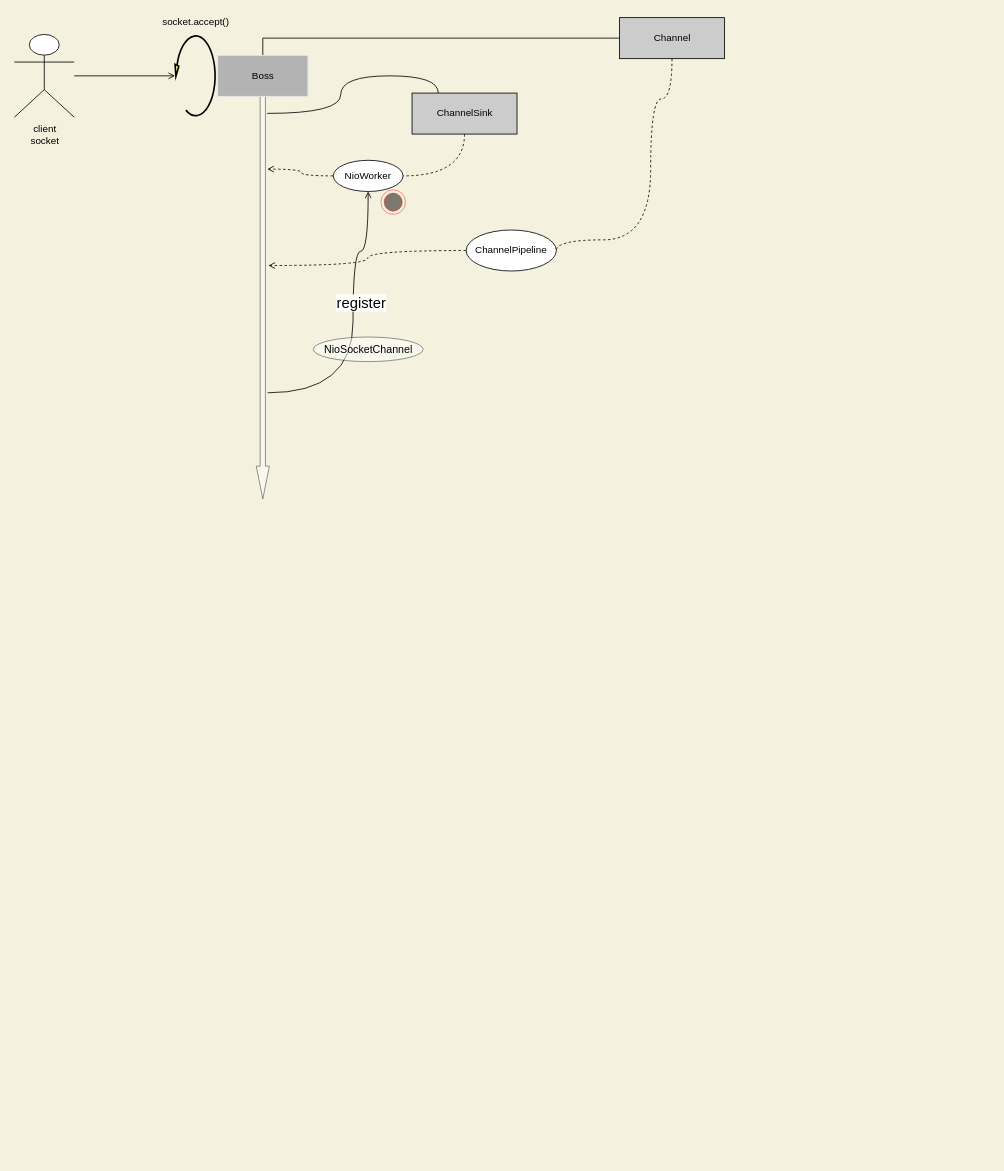
The draw.io diagram acceptingClientSocket.drawio in 11800222/MeleyForDiagramsStorage, before the edit. Source tidied: cells renumbered, new cells numbered last; positions are measured from the earlier drawing's top-left corner, leaving out a move shared by most shapes. Both pictures are drawn from the tidied source at 82%, with x=0, y=0 at pixel (14, 14).
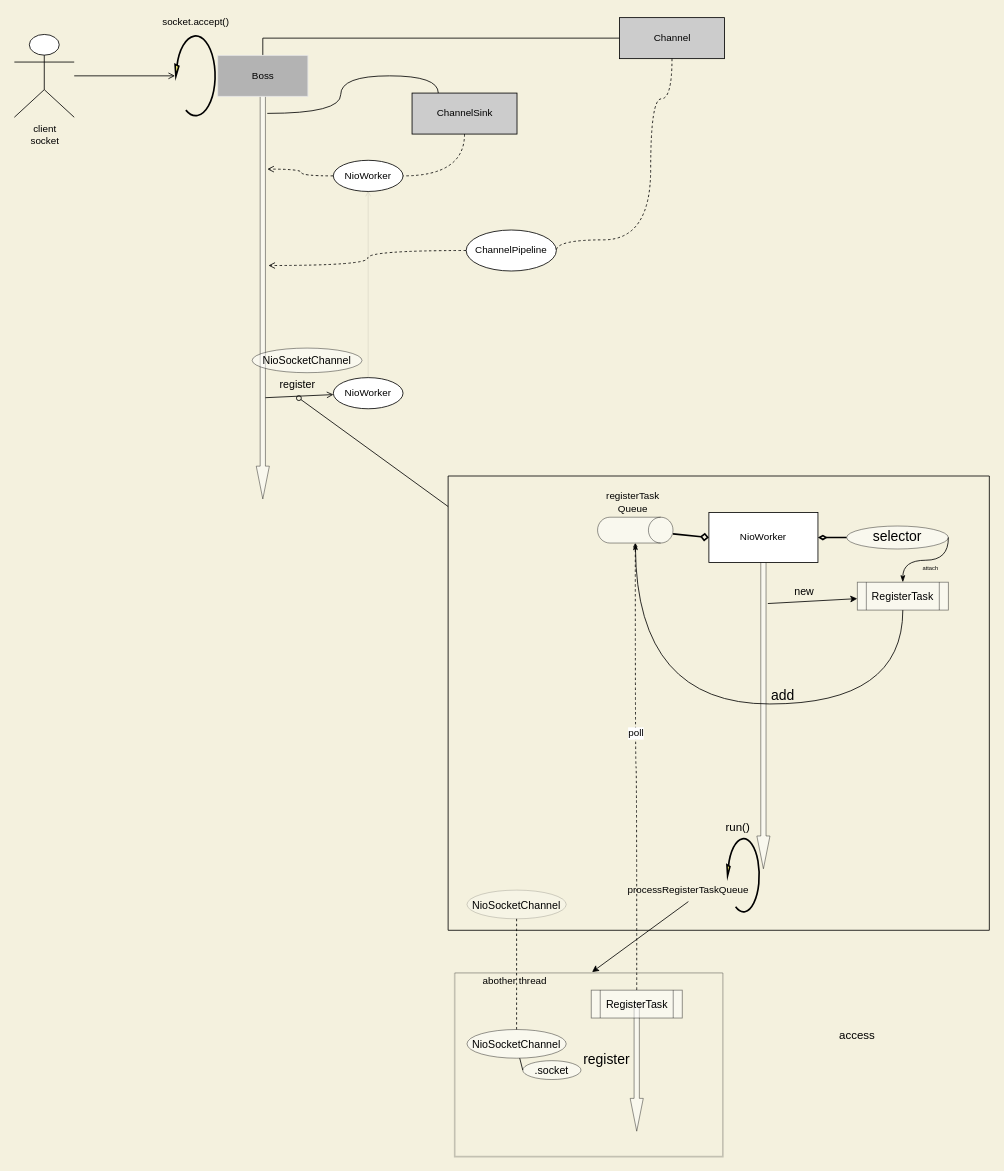
The same page after the edit.

The change refers to these unchanged cells:
```xml
<mxCell id="4" style="verticalLabelPosition=bottom;verticalAlign=top;html=1;strokeWidth=1;shape=mxgraph.arrows2.arrow;dy=0.6;dx=40;notch=0;rotation=90;opacity=50;" parent="1" vertex="1">
  <mxGeometry x="55" y="335" width="496" height="16" as="geometry" />
</mxCell>
<mxCell id="9" value="NioWorker" style="ellipse;whiteSpace=wrap;html=1;fontFamily=Helvetica;fontSize=12;fontColor=default;align=center;strokeColor=default;fillColor=default;" parent="1" vertex="1">
  <mxGeometry x="389" y="178" width="85" height="38" as="geometry" />
</mxCell>
```

What changed in the source:
```diff
@@
-    <mxCell id="2" style="rounded=0;jettySize=auto;html=1;startArrow=open;startFill=0;endArrow=none;endFill=0;strokeWidth=1;entryX=0.739;entryY=0.131;entryDx=0;entryDy=0;entryPerimeter=0;edgeStyle=orthogonalEdgeStyle;curved=1;" parent="1" edge="1" source="9" target="4">
-      <mxGeometry relative="1" as="geometry">
-        <Array as="points">
-          <mxPoint x="432" y="289" />
-          <mxPoint x="413" y="289" />
-          <mxPoint x="413" y="462" />
-        </Array>
-      </mxGeometry>
-    </mxCell>
-    <mxCell id="3" value="register" style="edgeLabel;html=1;align=center;verticalAlign=middle;fontSize=18;" parent="2" vertex="1">
-      <mxGeometry x="-0.06" y="-25" relative="1" as="geometry">
-        <mxPoint x="34" y="-19" as="offset" />
-      </mxGeometry>
-    </mxCell>
@@
+    <mxCell id="22" style="rounded=0;jettySize=auto;html=1;fontSize=13;startArrow=open;startFill=0;endArrow=none;endFill=0;strokeWidth=0;exitX=0.5;exitY=1;exitDx=0;exitDy=0;" parent="1" edge="1" source="9" target="24">
+      <mxGeometry relative="1" as="geometry" />
+    </mxCell>
@@
+    <mxCell id="23" style="edgeStyle=none;rounded=0;jettySize=auto;html=1;entryX=0.751;entryY=0.301;entryDx=0;entryDy=0;entryPerimeter=0;fontSize=13;startArrow=open;startFill=0;endArrow=none;endFill=0;strokeWidth=1;" parent="1" edge="1" source="24" target="4">
+      <mxGeometry relative="1" as="geometry" />
+    </mxCell>
+    <mxCell id="24" value="NioWorker" style="ellipse;whiteSpace=wrap;html=1;fontFamily=Helvetica;fontSize=12;fontColor=default;align=center;strokeColor=default;fillColor=default;" parent="1" vertex="1">
+      <mxGeometry x="389" y="443" width="85" height="38" as="geometry" />
+    </mxCell>
     <mxCell id="20" value="NioSocketChannel" style="ellipse;whiteSpace=wrap;html=1;fontSize=13;strokeWidth=1;fillColor=#FFFFFF;opacity=50;" parent="1" vertex="1">
-      <mxGeometry x="364.5" y="393.5" width="134" height="30" as="geometry" />
+      <mxGeometry x="290" y="407" width="134" height="30" as="geometry" />
     </mxCell>
-    <mxCell id="21" style="ellipse;html=1;shape=endState;fillColor=#000000;strokeColor=#ff0000;fontSize=13;opacity=50;" parent="1" vertex="1">
-      <mxGeometry x="447" y="214" width="30" height="30" as="geometry" />
-    </mxCell>
+    <mxCell id="25" value="register" style="text;html=1;align=center;verticalAlign=middle;strokeColor=none;fillColor=none;fontSize=13;" parent="1" vertex="1">
+      <mxGeometry x="318" y="441" width="53" height="20" as="geometry" />
+    </mxCell>
+    <mxCell id="26" style="endArrow=none;html=1;rounded=0;fontSize=13;strokeWidth=1;startArrow=oval;startFill=0;endFill=0;" parent="1" edge="1" target="27">
+      <mxGeometry relative="1" as="geometry">
+        <mxPoint x="347" y="468" as="sourcePoint" />
+      </mxGeometry>
+    </mxCell>
+    <mxCell id="27" style="swimlane;startSize=0;fontSize=13;strokeWidth=1;fillColor=#FFFF00;" parent="1" vertex="1">
+      <mxGeometry x="529" y="563" width="660" height="554" as="geometry" />
+    </mxCell>
+    <mxCell id="28" style="verticalLabelPosition=bottom;verticalAlign=top;html=1;strokeWidth=1;shape=mxgraph.arrows2.arrow;dy=0.6;dx=40;notch=0;rotation=90;opacity=50;" parent="27" vertex="1">
+      <mxGeometry x="191.5" y="278" width="386" height="16" as="geometry" />
+    </mxCell>
+    <mxCell id="29" style="edgeStyle=orthogonalEdgeStyle;curved=1;rounded=0;jettySize=auto;html=1;fontSize=17;startArrow=diamondThin;startFill=0;endArrow=none;endFill=0;strokeWidth=2;" parent="27" edge="1" source="30" target="38">
+      <mxGeometry relative="1" as="geometry" />
+    </mxCell>
+    <mxCell id="30" value="NioWorker" style="rounded=0;whiteSpace=wrap;html=1;fontFamily=Helvetica;fontSize=12;fontColor=default;align=center;strokeColor=default;fillColor=default;" parent="27" vertex="1">
+      <mxGeometry x="318" y="44.5" width="133" height="61" as="geometry" />
+    </mxCell>
+    <mxCell id="31" style="edgeStyle=none;rounded=0;jettySize=auto;html=1;entryX=0.162;entryY=0.162;entryDx=0;entryDy=0;entryPerimeter=0;fontSize=13;startArrow=classic;startFill=1;endArrow=none;endFill=0;strokeWidth=1;" parent="27" edge="1" source="34" target="28">
+      <mxGeometry relative="1" as="geometry" />
+    </mxCell>
+    <mxCell id="32" style="edgeStyle=orthogonalEdgeStyle;rounded=0;jettySize=auto;html=1;fontSize=13;startArrow=none;startFill=0;endArrow=classicThin;endFill=1;strokeWidth=1;exitX=0.5;exitY=1;exitDx=0;exitDy=0;curved=1;" parent="27" edge="1" source="34" target="36">
+      <mxGeometry relative="1" as="geometry">
+        <Array as="points">
+          <mxPoint x="555" y="278" />
+          <mxPoint x="230" y="278" />
+        </Array>
+      </mxGeometry>
+    </mxCell>
+    <mxCell id="33" value="add" style="edgeLabel;html=1;align=center;verticalAlign=middle;fontSize=17;labelBackgroundColor=none;" parent="32" vertex="1">
+      <mxGeometry x="-0.15" y="-1" relative="1" as="geometry">
+        <mxPoint x="8" y="-9" as="offset" />
+      </mxGeometry>
+    </mxCell>
+    <mxCell id="34" value="RegisterTask" style="shape=process;whiteSpace=wrap;html=1;backgroundOutline=1;fontSize=13;strokeWidth=1;fillColor=#FFFFFF;opacity=50;" parent="27" vertex="1">
+      <mxGeometry x="499" y="129.5" width="111" height="34" as="geometry" />
+    </mxCell>
+    <mxCell id="35" style="edgeStyle=none;rounded=0;jettySize=auto;html=1;entryX=0;entryY=0.5;entryDx=0;entryDy=0;fontSize=13;startArrow=none;startFill=0;endArrow=diamond;endFill=0;strokeWidth=2;" parent="27" edge="1" source="36" target="30">
+      <mxGeometry relative="1" as="geometry" />
+    </mxCell>
+    <mxCell id="36" style="shape=cylinder3;whiteSpace=wrap;html=1;boundedLbl=1;backgroundOutline=1;size=15;fontSize=13;strokeWidth=1;fillColor=#FFFFFF;opacity=50;rotation=90;" parent="27" vertex="1">
+      <mxGeometry x="212.5" y="20" width="31.5" height="92" as="geometry" />
+    </mxCell>
+    <mxCell id="37" value="new" style="text;html=1;align=center;verticalAlign=middle;strokeColor=none;fillColor=none;fontSize=13;" parent="27" vertex="1">
+      <mxGeometry x="417" y="129.5" width="34" height="20" as="geometry" />
+    </mxCell>
+    <mxCell id="38" value="selector" style="ellipse;whiteSpace=wrap;html=1;fontSize=17;strokeWidth=1;fillColor=#FFFFFF;opacity=50;" parent="27" vertex="1">
+      <mxGeometry x="486" y="61" width="124" height="28" as="geometry" />
+    </mxCell>
+    <mxCell id="39" style="edgeStyle=orthogonalEdgeStyle;curved=1;rounded=0;jettySize=auto;html=1;entryX=1;entryY=0.5;entryDx=0;entryDy=0;fontSize=17;startArrow=classicThin;startFill=1;endArrow=none;endFill=0;strokeWidth=1;exitX=0.5;exitY=0;exitDx=0;exitDy=0;" parent="27" edge="1" source="34">
+      <mxGeometry relative="1" as="geometry">
+        <mxPoint x="610" y="74.9" as="targetPoint" />
+      </mxGeometry>
+    </mxCell>
+    <mxCell id="40" value="NioSocketChannel&lt;br&gt;" style="ellipse;whiteSpace=wrap;html=1;fontSize=13;strokeWidth=1;fillColor=#FFFFFF;opacity=20;" parent="27" vertex="1">
+      <mxGeometry x="23" y="505" width="121" height="35" as="geometry" />
+    </mxCell>
+    <mxCell id="41" value="&lt;font style=&quot;font-size: 12px; line-height: 1;&quot;&gt;registerTask&lt;br style=&quot;font-size: 12px;&quot;&gt;Queue&lt;/font&gt;" style="text;html=1;align=center;verticalAlign=middle;fillColor=none;strokeColor=none;rounded=0;labelBackgroundColor=none;fontSize=12;" parent="27" vertex="1">
+      <mxGeometry x="185" y="16" width="80" height="32" as="geometry" />
+    </mxCell>
+    <mxCell id="42" style="verticalLabelPosition=bottom;html=1;verticalAlign=top;strokeWidth=2;shape=mxgraph.lean_mapping.physical_pull;fillColor=#FFFA75;rotation=-180;" parent="27" vertex="1">
+      <mxGeometry x="340" y="442" width="39.5" height="90" as="geometry" />
+    </mxCell>
+    <mxCell id="43" value="&lt;font style=&quot;font-size: 12px;&quot;&gt;processRegisterTaskQueue&lt;/font&gt;" style="text;html=1;strokeColor=none;fillColor=none;align=center;verticalAlign=middle;whiteSpace=wrap;rounded=0;labelBackgroundColor=none;fontSize=17;opacity=20;" parent="27" vertex="1">
+      <mxGeometry x="263" y="489" width="60" height="30" as="geometry" />
+    </mxCell>
+    <mxCell id="44" value="run()" style="text;html=1;align=center;verticalAlign=middle;strokeColor=none;fillColor=none;fontSize=14;" parent="27" vertex="1">
+      <mxGeometry x="333" y="417" width="40" height="21" as="geometry" />
+    </mxCell>
+    <mxCell id="45" style="verticalLabelPosition=bottom;verticalAlign=top;html=1;strokeWidth=1;shape=mxgraph.arrows2.arrow;dy=0.6;dx=40;notch=0;rotation=90;opacity=50;" parent="1" vertex="1">
+      <mxGeometry x="681" y="1276" width="156" height="16" as="geometry" />
+    </mxCell>
+    <mxCell id="46" value="RegisterTask" style="shape=process;whiteSpace=wrap;html=1;backgroundOutline=1;fontSize=13;strokeWidth=1;fillColor=#FFFFFF;opacity=50;" parent="1" vertex="1">
+      <mxGeometry x="703.5" y="1190" width="111" height="34" as="geometry" />
+    </mxCell>
+    <mxCell id="47" value="register" style="text;html=1;align=center;verticalAlign=middle;strokeColor=none;fillColor=none;fontSize=17;" parent="1" vertex="1">
+      <mxGeometry x="688" y="1263" width="67" height="24" as="geometry" />
+    </mxCell>
+    <mxCell id="48" value=".socket" style="ellipse;whiteSpace=wrap;html=1;fontSize=13;strokeWidth=1;fillColor=#FFFFFF;opacity=50;" parent="1" vertex="1">
+      <mxGeometry x="620" y="1276" width="71" height="23" as="geometry" />
+    </mxCell>
+    <mxCell id="49" value="NioSocketChannel&lt;br&gt;" style="ellipse;whiteSpace=wrap;html=1;fontSize=13;strokeWidth=1;fillColor=#FFFFFF;opacity=50;" parent="1" vertex="1">
+      <mxGeometry x="552" y="1238" width="121" height="35" as="geometry" />
+    </mxCell>
+    <mxCell id="50" style="rounded=0;jettySize=auto;html=1;fontSize=17;startArrow=none;startFill=0;endArrow=none;endFill=0;strokeWidth=1;entryX=0;entryY=0.5;entryDx=0;entryDy=0;" parent="1" edge="1" source="49" target="48">
+      <mxGeometry relative="1" as="geometry" />
+    </mxCell>
+    <mxCell id="51" style="endArrow=classic;html=1;rounded=0;fontSize=17;strokeWidth=1;entryX=0.5;entryY=0;entryDx=0;entryDy=0;exitX=0.5;exitY=1;exitDx=0;exitDy=0;" parent="1" edge="1" source="43">
+      <mxGeometry relative="1" as="geometry">
+        <mxPoint x="704.5" y="1168" as="targetPoint" />
+      </mxGeometry>
+    </mxCell>
+    <mxCell id="52" style="edgeStyle=orthogonalEdgeStyle;curved=1;rounded=0;jettySize=auto;html=1;fontSize=17;startArrow=diamondThin;startFill=0;endArrow=none;endFill=0;strokeWidth=1;dashed=1;" parent="1" edge="1" source="36" target="46">
+      <mxGeometry relative="1" as="geometry" />
+    </mxCell>
+    <mxCell id="53" value="poll" style="edgeLabel;html=1;align=center;verticalAlign=middle;fontSize=12;" parent="52" vertex="1">
+      <mxGeometry x="-0.15" relative="1" as="geometry" />
+    </mxCell>
+    <mxCell id="54" style="edgeStyle=none;rounded=0;jettySize=auto;html=1;fontSize=17;startArrow=none;startFill=0;endArrow=none;endFill=0;strokeWidth=1;dashed=1;" parent="1" edge="1" source="40" target="49">
+      <mxGeometry relative="1" as="geometry" />
+    </mxCell>
+    <mxCell id="55" style="swimlane;startSize=0;labelBackgroundColor=none;fontSize=17;strokeWidth=2;fillColor=#FFFFFF;opacity=20;" parent="1" vertex="1">
+      <mxGeometry x="537" y="1169" width="327" height="224" as="geometry" />
+    </mxCell>
+    <mxCell id="56" value="&lt;font style=&quot;font-size: 12px;&quot;&gt;abother thread&lt;/font&gt;" style="text;html=1;align=center;verticalAlign=middle;strokeColor=none;fillColor=none;fontSize=17;" parent="55" vertex="1">
+      <mxGeometry x="25" y="-4" width="95" height="25" as="geometry" />
+    </mxCell>
+    <mxCell id="57" value="access" style="text;html=1;strokeColor=none;fillColor=none;align=center;verticalAlign=middle;whiteSpace=wrap;rounded=0;labelBackgroundColor=none;fontSize=14;opacity=0;" parent="1" vertex="1">
+      <mxGeometry x="1000" y="1240" width="56" height="10" as="geometry" />
+    </mxCell>
+    <mxCell id="58" value="attach" style="text;html=1;align=center;verticalAlign=middle;strokeColor=none;fillColor=none;fontSize=7;" parent="1" vertex="1">
+      <mxGeometry x="1094" y="670" width="45" height="12" as="geometry" />
+    </mxCell>
```
